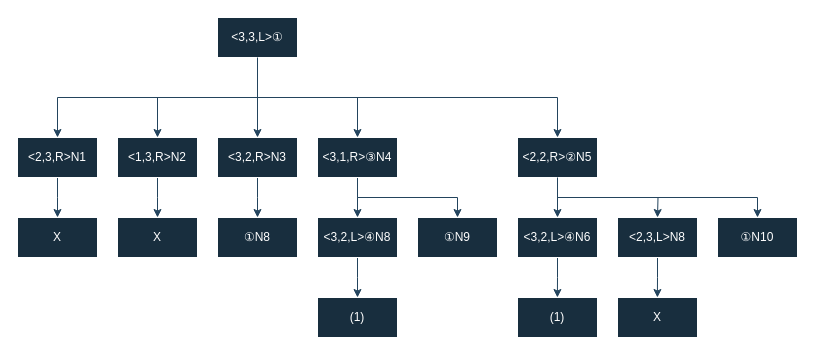
Above: ninchiMCproblemTree.drawio in shgnaka/PokemonZA (draw.io), before the change. Source tidied: cells renumbered, new cells numbered last; positions are measured from the earlier drawing's top-left corner, leaving out a move shared by most shapes. Both pictures are drawn from the tidied source at 100%, with x=0, y=0 at pixel (17, 17).
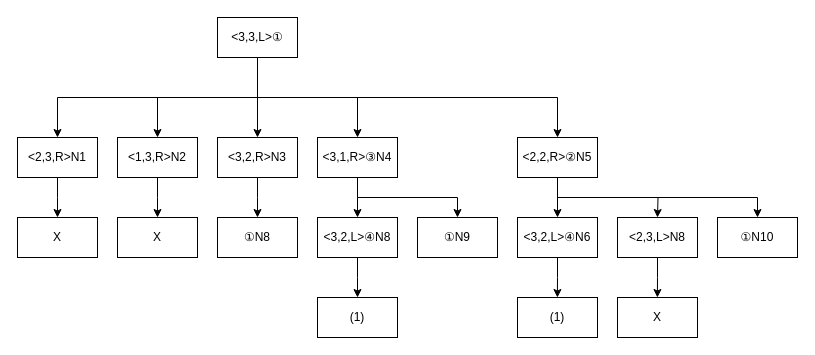
The same page after the edit.

Commit message:
change: 樹形図のスタイルを白黒に変更

Change to the diagram source:
```diff
@@
-    <mxCell id="2" style="edgeStyle=orthogonalEdgeStyle;rounded=0;jettySize=auto;html=1;exitX=0.5;exitY=1;exitDx=0;exitDy=0;entryX=0.5;entryY=0;entryDx=0;entryDy=0;labelBackgroundColor=none;strokeColor=#23445D;fontColor=default;" parent="1" edge="1" source="6" target="19">
+    <mxCell id="2" style="edgeStyle=orthogonalEdgeStyle;rounded=0;jettySize=auto;html=1;exitX=0.5;exitY=1;exitDx=0;exitDy=0;entryX=0.5;entryY=0;entryDx=0;entryDy=0;labelBackgroundColor=none;fontColor=default;" parent="1" edge="1" source="6" target="19">
       <mxGeometry relative="1" as="geometry">
         <Array as="points">
           <mxPoint x="240" y="80" />
           <mxPoint x="540" y="80" />
         </Array>
       </mxGeometry>
     </mxCell>
-    <mxCell id="3" style="edgeStyle=orthogonalEdgeStyle;rounded=0;jettySize=auto;html=1;exitX=0.5;exitY=1;exitDx=0;exitDy=0;entryX=0.5;entryY=0;entryDx=0;entryDy=0;labelBackgroundColor=none;strokeColor=#23445D;fontColor=default;" parent="1" edge="1" source="6" target="11">
+    <mxCell id="3" style="edgeStyle=orthogonalEdgeStyle;rounded=0;jettySize=auto;html=1;exitX=0.5;exitY=1;exitDx=0;exitDy=0;entryX=0.5;entryY=0;entryDx=0;entryDy=0;labelBackgroundColor=none;fontColor=default;" parent="1" edge="1" source="6" target="11">
       <mxGeometry relative="1" as="geometry">
         <Array as="points">
           <mxPoint x="240" y="80" />
           <mxPoint x="140" y="80" />
         </Array>
       </mxGeometry>
     </mxCell>
-    <mxCell id="4" style="edgeStyle=orthogonalEdgeStyle;rounded=0;jettySize=auto;html=1;exitX=0.5;exitY=1;exitDx=0;exitDy=0;entryX=0.5;entryY=0;entryDx=0;entryDy=0;labelBackgroundColor=none;strokeColor=#23445D;fontColor=default;" parent="1" edge="1" source="6" target="16">
+    <mxCell id="4" style="edgeStyle=orthogonalEdgeStyle;rounded=0;jettySize=auto;html=1;exitX=0.5;exitY=1;exitDx=0;exitDy=0;entryX=0.5;entryY=0;entryDx=0;entryDy=0;labelBackgroundColor=none;fontColor=default;" parent="1" edge="1" source="6" target="16">
       <mxGeometry relative="1" as="geometry" />
     </mxCell>
-    <mxCell id="5" style="edgeStyle=orthogonalEdgeStyle;rounded=0;jettySize=auto;html=1;exitX=0.5;exitY=1;exitDx=0;exitDy=0;entryX=0.5;entryY=0;entryDx=0;entryDy=0;labelBackgroundColor=none;strokeColor=#23445D;fontColor=default;" parent="1" edge="1" source="6" target="9">
+    <mxCell id="5" style="edgeStyle=orthogonalEdgeStyle;rounded=0;jettySize=auto;html=1;exitX=0.5;exitY=1;exitDx=0;exitDy=0;entryX=0.5;entryY=0;entryDx=0;entryDy=0;labelBackgroundColor=none;fontColor=default;" parent="1" edge="1" source="6" target="9">
       <mxGeometry relative="1" as="geometry" />
     </mxCell>
-    <mxCell id="6" value="&amp;lt;3,3,L&amp;gt;①" style="rounded=0;whiteSpace=wrap;html=1;labelBackgroundColor=none;fillColor=#182E3E;strokeColor=#FFFFFF;fontColor=#FFFFFF;" parent="1" vertex="1">
+    <mxCell id="6" value="&amp;lt;3,3,L&amp;gt;①" style="rounded=0;whiteSpace=wrap;html=1;labelBackgroundColor=none;" parent="1" vertex="1">
       <mxGeometry x="200" width="80" height="40" as="geometry" />
     </mxCell>
-    <mxCell id="7" style="endArrow=classic;html=1;rounded=0;exitX=0.5;exitY=1;exitDx=0;exitDy=0;labelBackgroundColor=none;strokeColor=#23445D;fontColor=default;" parent="1" edge="1" source="6">
+    <mxCell id="7" style="endArrow=classic;html=1;rounded=0;exitX=0.5;exitY=1;exitDx=0;exitDy=0;labelBackgroundColor=none;fontColor=default;" parent="1" edge="1" source="6">
       <mxGeometry relative="1" as="geometry">
         <mxPoint x="240" y="120" as="targetPoint" />
       </mxGeometry>
     </mxCell>
-    <mxCell id="8" style="edgeStyle=orthogonalEdgeStyle;rounded=0;jettySize=auto;html=1;exitX=0.5;exitY=1;exitDx=0;exitDy=0;labelBackgroundColor=none;strokeColor=#23445D;fontColor=default;" parent="1" edge="1" source="9">
+    <mxCell id="8" style="edgeStyle=orthogonalEdgeStyle;rounded=0;jettySize=auto;html=1;exitX=0.5;exitY=1;exitDx=0;exitDy=0;labelBackgroundColor=none;fontColor=default;" parent="1" edge="1" source="9">
       <mxGeometry relative="1" as="geometry">
         <mxPoint x="40" y="200" as="targetPoint" />
       </mxGeometry>
     </mxCell>
-    <mxCell id="9" value="&amp;lt;2,3,R&amp;gt;N1" style="whiteSpace=wrap;html=1;labelBackgroundColor=none;fillColor=#182E3E;strokeColor=#FFFFFF;fontColor=#FFFFFF;" parent="1" vertex="1">
+    <mxCell id="9" value="&amp;lt;2,3,R&amp;gt;N1" style="whiteSpace=wrap;html=1;labelBackgroundColor=none;" parent="1" vertex="1">
       <mxGeometry y="120" width="80" height="40" as="geometry" />
     </mxCell>
-    <mxCell id="10" style="edgeStyle=orthogonalEdgeStyle;rounded=0;jettySize=auto;html=1;exitX=0.5;exitY=1;exitDx=0;exitDy=0;labelBackgroundColor=none;strokeColor=#23445D;fontColor=default;" parent="1" edge="1" source="11">
+    <mxCell id="10" style="edgeStyle=orthogonalEdgeStyle;rounded=0;jettySize=auto;html=1;exitX=0.5;exitY=1;exitDx=0;exitDy=0;labelBackgroundColor=none;fontColor=default;" parent="1" edge="1" source="11">
       <mxGeometry relative="1" as="geometry">
         <mxPoint x="140" y="200" as="targetPoint" />
       </mxGeometry>
     </mxCell>
-    <mxCell id="11" value="&amp;lt;1,3,R&amp;gt;N2" style="whiteSpace=wrap;html=1;labelBackgroundColor=none;fillColor=#182E3E;strokeColor=#FFFFFF;fontColor=#FFFFFF;" parent="1" vertex="1">
+    <mxCell id="11" value="&amp;lt;1,3,R&amp;gt;N2" style="whiteSpace=wrap;html=1;labelBackgroundColor=none;" parent="1" vertex="1">
       <mxGeometry x="100" y="120" width="80" height="40" as="geometry" />
     </mxCell>
-    <mxCell id="12" style="edgeStyle=orthogonalEdgeStyle;rounded=0;jettySize=auto;html=1;labelBackgroundColor=none;strokeColor=#23445D;fontColor=default;" parent="1" edge="1" source="13">
+    <mxCell id="12" style="edgeStyle=orthogonalEdgeStyle;rounded=0;jettySize=auto;html=1;labelBackgroundColor=none;fontColor=default;" parent="1" edge="1" source="13">
       <mxGeometry relative="1" as="geometry">
         <mxPoint x="240" y="200" as="targetPoint" />
       </mxGeometry>
     </mxCell>
-    <mxCell id="13" value="&amp;lt;3,2,R&amp;gt;N3" style="whiteSpace=wrap;html=1;labelBackgroundColor=none;fillColor=#182E3E;strokeColor=#FFFFFF;fontColor=#FFFFFF;" parent="1" vertex="1">
+    <mxCell id="13" value="&amp;lt;3,2,R&amp;gt;N3" style="whiteSpace=wrap;html=1;labelBackgroundColor=none;" parent="1" vertex="1">
       <mxGeometry x="200" y="120" width="80" height="40" as="geometry" />
     </mxCell>
-    <mxCell id="14" style="edgeStyle=orthogonalEdgeStyle;rounded=0;jettySize=auto;html=1;labelBackgroundColor=none;strokeColor=#23445D;fontColor=default;" parent="1" edge="1" source="16">
+    <mxCell id="14" style="edgeStyle=orthogonalEdgeStyle;rounded=0;jettySize=auto;html=1;labelBackgroundColor=none;fontColor=default;" parent="1" edge="1" source="16">
       <mxGeometry relative="1" as="geometry">
         <mxPoint x="340" y="200" as="targetPoint" />
       </mxGeometry>
     </mxCell>
-    <mxCell id="15" style="edgeStyle=orthogonalEdgeStyle;rounded=0;jettySize=auto;html=1;exitX=0.5;exitY=1;exitDx=0;exitDy=0;entryX=0.5;entryY=0;entryDx=0;entryDy=0;labelBackgroundColor=none;strokeColor=#23445D;fontColor=default;" parent="1" edge="1" source="16" target="25">
+    <mxCell id="15" style="edgeStyle=orthogonalEdgeStyle;rounded=0;jettySize=auto;html=1;exitX=0.5;exitY=1;exitDx=0;exitDy=0;entryX=0.5;entryY=0;entryDx=0;entryDy=0;labelBackgroundColor=none;fontColor=default;" parent="1" edge="1" source="16" target="25">
       <mxGeometry relative="1" as="geometry">
         <Array as="points">
           <mxPoint x="340" y="180" />
           <mxPoint x="440" y="180" />
         </Array>
       </mxGeometry>
     </mxCell>
-    <mxCell id="16" value="&amp;lt;3,1,R&amp;gt;③N4" style="whiteSpace=wrap;html=1;labelBackgroundColor=none;fillColor=#182E3E;strokeColor=#FFFFFF;fontColor=#FFFFFF;" parent="1" vertex="1">
+    <mxCell id="16" value="&amp;lt;3,1,R&amp;gt;③N4" style="whiteSpace=wrap;html=1;labelBackgroundColor=none;" parent="1" vertex="1">
       <mxGeometry x="300" y="120" width="80" height="40" as="geometry" />
     </mxCell>
-    <mxCell id="17" style="edgeStyle=orthogonalEdgeStyle;rounded=0;jettySize=auto;html=1;labelBackgroundColor=none;strokeColor=#23445D;fontColor=default;" parent="1" edge="1" source="19">
+    <mxCell id="17" style="edgeStyle=orthogonalEdgeStyle;rounded=0;jettySize=auto;html=1;labelBackgroundColor=none;fontColor=default;" parent="1" edge="1" source="19">
       <mxGeometry relative="1" as="geometry">
         <mxPoint x="540" y="200" as="targetPoint" />
       </mxGeometry>
     </mxCell>
-    <mxCell id="18" style="edgeStyle=orthogonalEdgeStyle;rounded=0;jettySize=auto;html=1;exitX=0.5;exitY=1;exitDx=0;exitDy=0;labelBackgroundColor=none;strokeColor=#23445D;fontColor=default;" parent="1" edge="1" source="19">
+    <mxCell id="18" style="edgeStyle=orthogonalEdgeStyle;rounded=0;jettySize=auto;html=1;exitX=0.5;exitY=1;exitDx=0;exitDy=0;labelBackgroundColor=none;fontColor=default;" parent="1" edge="1" source="19">
       <mxGeometry relative="1" as="geometry">
         <mxPoint x="640" y="200" as="targetPoint" />
       </mxGeometry>
     </mxCell>
-    <mxCell id="19" value="&amp;lt;2,2,R&amp;gt;②N5" style="whiteSpace=wrap;html=1;labelBackgroundColor=none;fillColor=#182E3E;strokeColor=#FFFFFF;fontColor=#FFFFFF;" parent="1" vertex="1">
+    <mxCell id="19" value="&amp;lt;2,2,R&amp;gt;②N5" style="whiteSpace=wrap;html=1;labelBackgroundColor=none;" parent="1" vertex="1">
       <mxGeometry x="500" y="120" width="80" height="40" as="geometry" />
     </mxCell>
-    <mxCell id="20" value="X" style="whiteSpace=wrap;html=1;labelBackgroundColor=none;fillColor=#182E3E;strokeColor=#FFFFFF;fontColor=#FFFFFF;" parent="1" vertex="1">
+    <mxCell id="20" value="X" style="whiteSpace=wrap;html=1;labelBackgroundColor=none;" parent="1" vertex="1">
       <mxGeometry y="200" width="80" height="40" as="geometry" />
     </mxCell>
-    <mxCell id="21" value="X" style="whiteSpace=wrap;html=1;labelBackgroundColor=none;fillColor=#182E3E;strokeColor=#FFFFFF;fontColor=#FFFFFF;" parent="1" vertex="1">
+    <mxCell id="21" value="X" style="whiteSpace=wrap;html=1;labelBackgroundColor=none;" parent="1" vertex="1">
       <mxGeometry x="100" y="200" width="80" height="40" as="geometry" />
     </mxCell>
-    <mxCell id="22" value="①N8" style="whiteSpace=wrap;html=1;labelBackgroundColor=none;fillColor=#182E3E;strokeColor=#FFFFFF;fontColor=#FFFFFF;" parent="1" vertex="1">
+    <mxCell id="22" value="①N8" style="whiteSpace=wrap;html=1;labelBackgroundColor=none;" parent="1" vertex="1">
       <mxGeometry x="200" y="200" width="80" height="40" as="geometry" />
     </mxCell>
-    <mxCell id="23" style="edgeStyle=orthogonalEdgeStyle;rounded=0;jettySize=auto;html=1;exitX=0.5;exitY=1;exitDx=0;exitDy=0;labelBackgroundColor=none;strokeColor=#23445D;fontColor=default;" parent="1" edge="1" source="24">
+    <mxCell id="23" style="edgeStyle=orthogonalEdgeStyle;rounded=0;jettySize=auto;html=1;exitX=0.5;exitY=1;exitDx=0;exitDy=0;labelBackgroundColor=none;fontColor=default;" parent="1" edge="1" source="24">
       <mxGeometry relative="1" as="geometry">
         <mxPoint x="340" y="280" as="targetPoint" />
       </mxGeometry>
     </mxCell>
-    <mxCell id="24" value="&amp;lt;3,2,L&amp;gt;④N8" style="whiteSpace=wrap;html=1;labelBackgroundColor=none;fillColor=#182E3E;strokeColor=#FFFFFF;fontColor=#FFFFFF;" parent="1" vertex="1">
+    <mxCell id="24" value="&amp;lt;3,2,L&amp;gt;④N8" style="whiteSpace=wrap;html=1;labelBackgroundColor=none;" parent="1" vertex="1">
       <mxGeometry x="300" y="200" width="80" height="40" as="geometry" />
     </mxCell>
-    <mxCell id="25" value="①N9" style="whiteSpace=wrap;html=1;labelBackgroundColor=none;fillColor=#182E3E;strokeColor=#FFFFFF;fontColor=#FFFFFF;" parent="1" vertex="1">
+    <mxCell id="25" value="①N9" style="whiteSpace=wrap;html=1;labelBackgroundColor=none;" parent="1" vertex="1">
       <mxGeometry x="400" y="200" width="80" height="40" as="geometry" />
     </mxCell>
-    <mxCell id="26" style="edgeStyle=orthogonalEdgeStyle;rounded=0;jettySize=auto;html=1;exitX=0.5;exitY=1;exitDx=0;exitDy=0;labelBackgroundColor=none;strokeColor=#23445D;fontColor=default;" parent="1" edge="1" source="27">
+    <mxCell id="26" style="edgeStyle=orthogonalEdgeStyle;rounded=0;jettySize=auto;html=1;exitX=0.5;exitY=1;exitDx=0;exitDy=0;labelBackgroundColor=none;fontColor=default;" parent="1" edge="1" source="27">
       <mxGeometry relative="1" as="geometry">
         <mxPoint x="539.9" y="280" as="targetPoint" />
       </mxGeometry>
     </mxCell>
-    <mxCell id="27" value="&amp;lt;3,2,L&amp;gt;④N6" style="whiteSpace=wrap;html=1;labelBackgroundColor=none;fillColor=#182E3E;strokeColor=#FFFFFF;fontColor=#FFFFFF;" parent="1" vertex="1">
+    <mxCell id="27" value="&amp;lt;3,2,L&amp;gt;④N6" style="whiteSpace=wrap;html=1;labelBackgroundColor=none;" parent="1" vertex="1">
       <mxGeometry x="500" y="200" width="80" height="40" as="geometry" />
     </mxCell>
-    <mxCell id="28" style="edgeStyle=orthogonalEdgeStyle;rounded=0;jettySize=auto;html=1;exitX=0.5;exitY=1;exitDx=0;exitDy=0;labelBackgroundColor=none;strokeColor=#23445D;fontColor=default;" parent="1" edge="1" source="29">
+    <mxCell id="28" style="edgeStyle=orthogonalEdgeStyle;rounded=0;jettySize=auto;html=1;exitX=0.5;exitY=1;exitDx=0;exitDy=0;labelBackgroundColor=none;fontColor=default;" parent="1" edge="1" source="29">
       <mxGeometry relative="1" as="geometry">
         <mxPoint x="639.9" y="280" as="targetPoint" />
       </mxGeometry>
     </mxCell>
-    <mxCell id="29" value="&amp;lt;2,3,L&amp;gt;N8" style="whiteSpace=wrap;html=1;labelBackgroundColor=none;fillColor=#182E3E;strokeColor=#FFFFFF;fontColor=#FFFFFF;" parent="1" vertex="1">
+    <mxCell id="29" value="&amp;lt;2,3,L&amp;gt;N8" style="whiteSpace=wrap;html=1;labelBackgroundColor=none;" parent="1" vertex="1">
       <mxGeometry x="600" y="200" width="80" height="40" as="geometry" />
     </mxCell>
-    <mxCell id="30" value="①N10" style="whiteSpace=wrap;html=1;labelBackgroundColor=none;fillColor=#182E3E;strokeColor=#FFFFFF;fontColor=#FFFFFF;" parent="1" vertex="1">
+    <mxCell id="30" value="①N10" style="whiteSpace=wrap;html=1;labelBackgroundColor=none;" parent="1" vertex="1">
       <mxGeometry x="700" y="200" width="80" height="40" as="geometry" />
     </mxCell>
-    <mxCell id="31" style="edgeStyle=orthogonalEdgeStyle;rounded=0;jettySize=auto;html=1;exitX=0.5;exitY=1;exitDx=0;exitDy=0;entryX=0.5;entryY=0;entryDx=0;entryDy=0;labelBackgroundColor=none;strokeColor=#23445D;fontColor=default;" parent="1" edge="1" source="19" target="30">
+    <mxCell id="31" style="edgeStyle=orthogonalEdgeStyle;rounded=0;jettySize=auto;html=1;exitX=0.5;exitY=1;exitDx=0;exitDy=0;entryX=0.5;entryY=0;entryDx=0;entryDy=0;labelBackgroundColor=none;fontColor=default;" parent="1" edge="1" source="19" target="30">
       <mxGeometry relative="1" as="geometry" />
     </mxCell>
-    <mxCell id="32" value="X" style="whiteSpace=wrap;html=1;labelBackgroundColor=none;fillColor=#182E3E;strokeColor=#FFFFFF;fontColor=#FFFFFF;" parent="1" vertex="1">
+    <mxCell id="32" value="X" style="whiteSpace=wrap;html=1;labelBackgroundColor=none;" parent="1" vertex="1">
       <mxGeometry x="600" y="280" width="80" height="40" as="geometry" />
     </mxCell>
-    <mxCell id="33" value="(1)" style="whiteSpace=wrap;html=1;labelBackgroundColor=none;fillColor=#182E3E;strokeColor=#FFFFFF;fontColor=#FFFFFF;" parent="1" vertex="1">
+    <mxCell id="33" value="(1)" style="whiteSpace=wrap;html=1;labelBackgroundColor=none;" parent="1" vertex="1">
       <mxGeometry x="300" y="280" width="80" height="40" as="geometry" />
     </mxCell>
-    <mxCell id="34" value="(1)" style="whiteSpace=wrap;html=1;labelBackgroundColor=none;fillColor=#182E3E;strokeColor=#FFFFFF;fontColor=#FFFFFF;" parent="1" vertex="1">
+    <mxCell id="34" value="(1)" style="whiteSpace=wrap;html=1;labelBackgroundColor=none;" parent="1" vertex="1">
       <mxGeometry x="500" y="280" width="80" height="40" as="geometry" />
     </mxCell>
```
